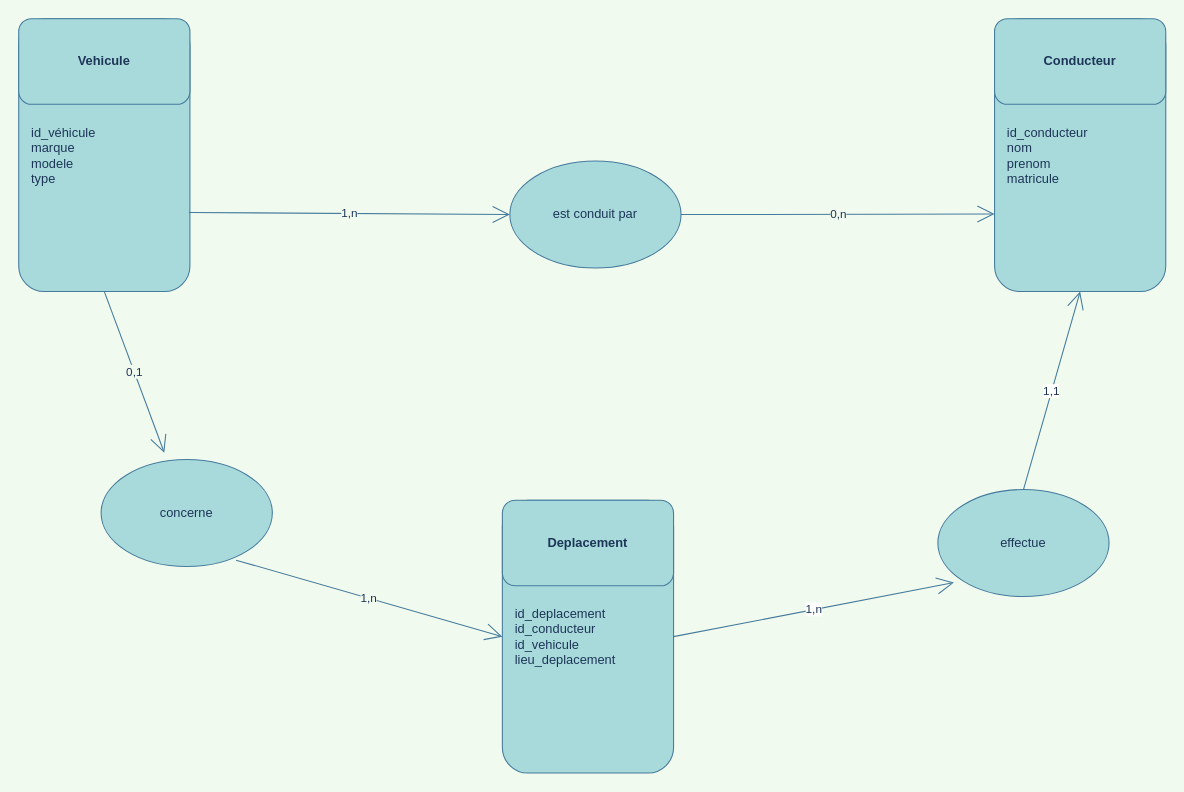
This is Diagramme sans nom.drawio from Cooltor/SQL, a draw.io file, before an edit. Source tidied: cells renumbered, new cells numbered last; positions are measured from the earlier drawing's top-left corner, leaving out a move shared by most shapes. Both pictures are drawn from the tidied source at 107%, with x=0, y=0 at pixel (18, 18).
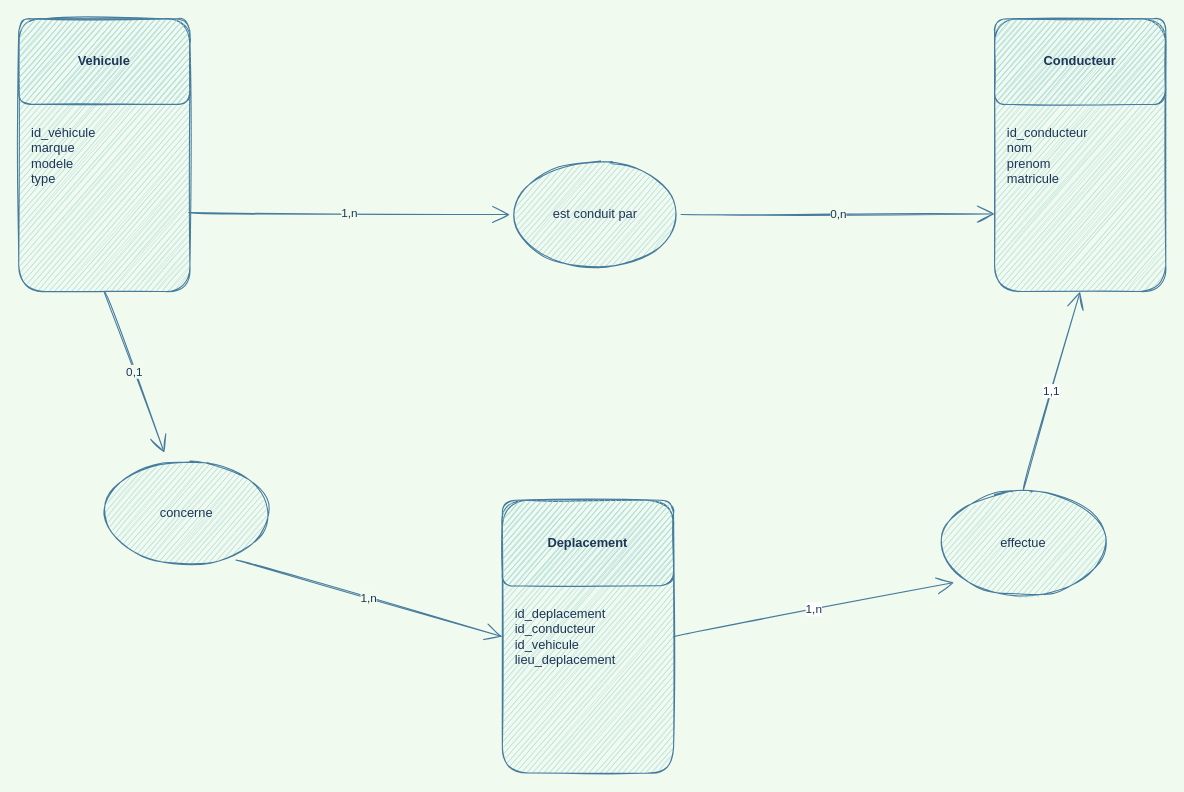
Above is the later version.

Commit message:
Mettre à jour Diagramme sans nom.drawio

The edit, as a diff of the source:
```diff
@@
 <mxGraphModel background="#F1FAEE">
   <root>
     <mxCell id="0" />
     <mxCell id="1" parent="0" />
-    <mxCell id="2" value="&lt;div style=&quot;&quot;&gt;&lt;span style=&quot;background-color: initial;&quot;&gt;id_véhicule&lt;/span&gt;&lt;/div&gt;&lt;div style=&quot;&quot;&gt;&lt;span style=&quot;background-color: initial;&quot;&gt;marque&lt;/span&gt;&lt;/div&gt;&lt;div style=&quot;&quot;&gt;&lt;span style=&quot;background-color: initial;&quot;&gt;modele&lt;/span&gt;&lt;/div&gt;&lt;div style=&quot;&quot;&gt;&lt;span style=&quot;background-color: initial;&quot;&gt;type&lt;/span&gt;&lt;/div&gt;" style="rounded=1;whiteSpace=wrap;html=1;hachureGap=4;fillColor=#A8DADC;strokeColor=#457B9D;fontColor=#1D3557;align=left;spacingLeft=10;" parent="1" vertex="1">
+    <mxCell id="2" value="&lt;div style=&quot;&quot;&gt;&lt;span style=&quot;background-color: initial;&quot;&gt;id_véhicule&lt;/span&gt;&lt;/div&gt;&lt;div style=&quot;&quot;&gt;&lt;span style=&quot;background-color: initial;&quot;&gt;marque&lt;/span&gt;&lt;/div&gt;&lt;div style=&quot;&quot;&gt;&lt;span style=&quot;background-color: initial;&quot;&gt;modele&lt;/span&gt;&lt;/div&gt;&lt;div style=&quot;&quot;&gt;&lt;span style=&quot;background-color: initial;&quot;&gt;type&lt;/span&gt;&lt;/div&gt;" style="rounded=1;whiteSpace=wrap;html=1;hachureGap=4;fillColor=#A8DADC;strokeColor=#457B9D;fontColor=#1D3557;align=left;spacingLeft=10;sketch=1;" parent="1" vertex="1">
       <mxGeometry width="160" height="255" as="geometry" />
     </mxCell>
-    <mxCell id="3" value="Vehicule" style="rounded=1;whiteSpace=wrap;html=1;hachureGap=4;fillColor=#A8DADC;strokeColor=#457B9D;fontColor=#1D3557;fontStyle=1;" parent="1" vertex="1">
+    <mxCell id="3" value="Vehicule" style="rounded=1;whiteSpace=wrap;html=1;hachureGap=4;fillColor=#A8DADC;strokeColor=#457B9D;fontColor=#1D3557;fontStyle=1;sketch=1;" parent="1" vertex="1">
       <mxGeometry width="160" height="80" as="geometry" />
     </mxCell>
-    <mxCell id="4" value="&lt;div style=&quot;&quot;&gt;&lt;span style=&quot;background-color: initial;&quot;&gt;id_conducteur&lt;/span&gt;&lt;/div&gt;&lt;div style=&quot;&quot;&gt;&lt;span style=&quot;background-color: initial;&quot;&gt;nom&lt;/span&gt;&lt;/div&gt;&lt;div style=&quot;&quot;&gt;&lt;span style=&quot;background-color: initial;&quot;&gt;prenom&lt;/span&gt;&lt;/div&gt;&lt;div style=&quot;&quot;&gt;&lt;span style=&quot;background-color: initial;&quot;&gt;matricule&lt;/span&gt;&lt;/div&gt;" style="rounded=1;whiteSpace=wrap;html=1;hachureGap=4;fillColor=#A8DADC;strokeColor=#457B9D;fontColor=#1D3557;align=left;spacingLeft=10;" parent="1" vertex="1">
+    <mxCell id="4" value="&lt;div style=&quot;&quot;&gt;&lt;span style=&quot;background-color: initial;&quot;&gt;id_conducteur&lt;/span&gt;&lt;/div&gt;&lt;div style=&quot;&quot;&gt;&lt;span style=&quot;background-color: initial;&quot;&gt;nom&lt;/span&gt;&lt;/div&gt;&lt;div style=&quot;&quot;&gt;&lt;span style=&quot;background-color: initial;&quot;&gt;prenom&lt;/span&gt;&lt;/div&gt;&lt;div style=&quot;&quot;&gt;&lt;span style=&quot;background-color: initial;&quot;&gt;matricule&lt;/span&gt;&lt;/div&gt;" style="rounded=1;whiteSpace=wrap;html=1;hachureGap=4;fillColor=#A8DADC;strokeColor=#457B9D;fontColor=#1D3557;align=left;spacingLeft=10;sketch=1;" parent="1" vertex="1">
       <mxGeometry x="912" width="160" height="255" as="geometry" />
     </mxCell>
-    <mxCell id="5" value="&lt;b&gt;Conducteur&lt;/b&gt;" style="rounded=1;whiteSpace=wrap;html=1;hachureGap=4;fillColor=#A8DADC;strokeColor=#457B9D;fontColor=#1D3557;" parent="1" vertex="1">
+    <mxCell id="5" value="&lt;b&gt;Conducteur&lt;/b&gt;" style="rounded=1;whiteSpace=wrap;html=1;hachureGap=4;fillColor=#A8DADC;strokeColor=#457B9D;fontColor=#1D3557;sketch=1;gradientColor=none;glass=0;" parent="1" vertex="1">
       <mxGeometry x="912" width="160" height="80" as="geometry" />
     </mxCell>
-    <mxCell id="6" value="id_deplacement&lt;br&gt;id_conducteur&lt;br&gt;id_vehicule&lt;br&gt;lieu_deplacement" style="rounded=1;whiteSpace=wrap;html=1;hachureGap=4;fillColor=#A8DADC;strokeColor=#457B9D;fontColor=#1D3557;align=left;spacingLeft=10;" parent="1" vertex="1">
+    <mxCell id="6" value="id_deplacement&lt;br&gt;id_conducteur&lt;br&gt;id_vehicule&lt;br&gt;lieu_deplacement" style="rounded=1;whiteSpace=wrap;html=1;hachureGap=4;fillColor=#A8DADC;strokeColor=#457B9D;fontColor=#1D3557;align=left;spacingLeft=10;sketch=1;" parent="1" vertex="1">
       <mxGeometry x="452" y="450" width="160" height="255" as="geometry" />
     </mxCell>
-    <mxCell id="7" value="&lt;b&gt;Deplacement&lt;/b&gt;" style="rounded=1;whiteSpace=wrap;html=1;hachureGap=4;fillColor=#A8DADC;strokeColor=#457B9D;fontColor=#1D3557;" parent="1" vertex="1">
+    <mxCell id="7" value="&lt;b&gt;Deplacement&lt;/b&gt;" style="rounded=1;whiteSpace=wrap;html=1;hachureGap=4;fillColor=#A8DADC;strokeColor=#457B9D;fontColor=#1D3557;sketch=1;" parent="1" vertex="1">
       <mxGeometry x="452" y="450" width="160" height="80" as="geometry" />
     </mxCell>
-    <mxCell id="8" value="est conduit par" style="ellipse;whiteSpace=wrap;html=1;hachureGap=4;strokeColor=#457B9D;fontColor=#1D3557;fillColor=#A8DADC;rounded=1;" parent="1" vertex="1">
+    <mxCell id="8" value="est conduit par" style="ellipse;whiteSpace=wrap;html=1;hachureGap=4;strokeColor=#457B9D;fontColor=#1D3557;fillColor=#A8DADC;rounded=1;sketch=1;" parent="1" vertex="1">
       <mxGeometry x="459" y="133" width="160" height="100" as="geometry" />
     </mxCell>
-    <mxCell id="9" value="1,n" style="edgeStyle=none;jettySize=auto;html=1;rounded=1;strokeColor=#457B9D;fontColor=#1D3557;endArrow=open;startSize=14;endSize=14;sourcePerimeterSpacing=8;targetPerimeterSpacing=8;fillColor=#A8DADC;curved=1;entryX=0;entryY=0.5;entryDx=0;entryDy=0;exitX=0.994;exitY=0.71;exitDx=0;exitDy=0;exitPerimeter=0;labelBackgroundColor=#F1FAEE;" parent="1" edge="1" source="2" target="8">
+    <mxCell id="9" value="1,n" style="edgeStyle=none;jettySize=auto;html=1;rounded=1;strokeColor=#457B9D;fontColor=#1D3557;endArrow=open;startSize=14;endSize=14;sourcePerimeterSpacing=8;targetPerimeterSpacing=8;fillColor=#A8DADC;curved=1;entryX=0;entryY=0.5;entryDx=0;entryDy=0;exitX=0.994;exitY=0.71;exitDx=0;exitDy=0;exitPerimeter=0;labelBackgroundColor=#F1FAEE;sketch=1;" parent="1" edge="1" source="2" target="8">
       <mxGeometry relative="1" as="geometry" />
     </mxCell>
-    <mxCell id="10" value="0,n" style="edgeStyle=none;jettySize=auto;html=1;rounded=1;strokeColor=#457B9D;fontColor=#1D3557;endArrow=open;startSize=14;endSize=14;sourcePerimeterSpacing=8;targetPerimeterSpacing=8;fillColor=#A8DADC;curved=1;entryX=0;entryY=0.716;entryDx=0;entryDy=0;entryPerimeter=0;exitX=1;exitY=0.5;exitDx=0;exitDy=0;labelBackgroundColor=#F1FAEE;" parent="1" edge="1" source="8" target="4">
+    <mxCell id="10" value="0,n" style="edgeStyle=none;jettySize=auto;html=1;rounded=1;strokeColor=#457B9D;fontColor=#1D3557;endArrow=open;startSize=14;endSize=14;sourcePerimeterSpacing=8;targetPerimeterSpacing=8;fillColor=#A8DADC;curved=1;entryX=0;entryY=0.716;entryDx=0;entryDy=0;entryPerimeter=0;exitX=1;exitY=0.5;exitDx=0;exitDy=0;labelBackgroundColor=#F1FAEE;sketch=1;" parent="1" edge="1" source="8" target="4">
       <mxGeometry relative="1" as="geometry">
         <Array as="points">
           <mxPoint x="773" y="182.5" />
         </Array>
       </mxGeometry>
     </mxCell>
-    <mxCell id="11" value="0,1" style="edgeStyle=none;jettySize=auto;html=1;rounded=1;strokeColor=#457B9D;fontColor=#1D3557;endArrow=open;startSize=14;endSize=14;sourcePerimeterSpacing=8;targetPerimeterSpacing=8;fillColor=#A8DADC;curved=1;exitX=0.5;exitY=1;exitDx=0;exitDy=0;labelBackgroundColor=#F1FAEE;" parent="1" edge="1" source="2" target="12">
+    <mxCell id="11" value="0,1" style="edgeStyle=none;jettySize=auto;html=1;rounded=1;strokeColor=#457B9D;fontColor=#1D3557;endArrow=open;startSize=14;endSize=14;sourcePerimeterSpacing=8;targetPerimeterSpacing=8;fillColor=#A8DADC;curved=1;exitX=0.5;exitY=1;exitDx=0;exitDy=0;labelBackgroundColor=#F1FAEE;sketch=1;" parent="1" edge="1" source="2" target="12">
       <mxGeometry relative="1" as="geometry" />
     </mxCell>
-    <mxCell id="12" value="concerne" style="ellipse;whiteSpace=wrap;html=1;hachureGap=4;strokeColor=#457B9D;fontColor=#1D3557;fillColor=#A8DADC;rounded=1;" parent="1" vertex="1">
+    <mxCell id="12" value="concerne" style="ellipse;whiteSpace=wrap;html=1;hachureGap=4;strokeColor=#457B9D;fontColor=#1D3557;fillColor=#A8DADC;rounded=1;sketch=1;" parent="1" vertex="1">
       <mxGeometry x="77" y="412" width="160" height="100" as="geometry" />
     </mxCell>
-    <mxCell id="13" value="1,n" style="edgeStyle=none;jettySize=auto;html=1;rounded=1;strokeColor=#457B9D;fontColor=#1D3557;endArrow=open;startSize=14;endSize=14;sourcePerimeterSpacing=8;targetPerimeterSpacing=8;fillColor=#A8DADC;curved=1;exitX=0.788;exitY=0.94;exitDx=0;exitDy=0;exitPerimeter=0;entryX=0;entryY=0.5;entryDx=0;entryDy=0;labelBackgroundColor=#F1FAEE;" parent="1" edge="1" source="12" target="6">
+    <mxCell id="13" value="1,n" style="edgeStyle=none;jettySize=auto;html=1;rounded=1;strokeColor=#457B9D;fontColor=#1D3557;endArrow=open;startSize=14;endSize=14;sourcePerimeterSpacing=8;targetPerimeterSpacing=8;fillColor=#A8DADC;curved=1;exitX=0.788;exitY=0.94;exitDx=0;exitDy=0;exitPerimeter=0;entryX=0;entryY=0.5;entryDx=0;entryDy=0;labelBackgroundColor=#F1FAEE;sketch=1;" parent="1" edge="1" source="12" target="6">
       <mxGeometry relative="1" as="geometry" />
     </mxCell>
-    <mxCell id="14" value="effectue" style="ellipse;whiteSpace=wrap;html=1;rounded=1;hachureGap=4;fillColor=#A8DADC;strokeColor=#457B9D;fontColor=#1D3557;" parent="1" vertex="1">
+    <mxCell id="14" value="effectue" style="ellipse;whiteSpace=wrap;html=1;rounded=1;hachureGap=4;fillColor=#A8DADC;strokeColor=#457B9D;fontColor=#1D3557;sketch=1;" parent="1" vertex="1">
       <mxGeometry x="859" y="440" width="160" height="100" as="geometry" />
     </mxCell>
-    <mxCell id="15" value="1,1" style="edgeStyle=none;jettySize=auto;html=1;rounded=0;strokeColor=#457B9D;fontColor=#1D3557;endArrow=open;startSize=14;endSize=14;sourcePerimeterSpacing=8;targetPerimeterSpacing=8;fillColor=#A8DADC;curved=1;exitX=0.5;exitY=0;exitDx=0;exitDy=0;entryX=0.5;entryY=1;entryDx=0;entryDy=0;" parent="1" edge="1" source="14" target="4">
+    <mxCell id="15" value="1,1" style="edgeStyle=none;jettySize=auto;html=1;rounded=0;strokeColor=#457B9D;fontColor=#1D3557;endArrow=open;startSize=14;endSize=14;sourcePerimeterSpacing=8;targetPerimeterSpacing=8;fillColor=#A8DADC;curved=1;exitX=0.5;exitY=0;exitDx=0;exitDy=0;entryX=0.5;entryY=1;entryDx=0;entryDy=0;sketch=1;" parent="1" edge="1" source="14" target="4">
       <mxGeometry relative="1" as="geometry" />
     </mxCell>
-    <mxCell id="16" value="1,n" style="edgeStyle=none;jettySize=auto;html=1;rounded=0;strokeColor=#457B9D;fontColor=#1D3557;endArrow=open;startSize=14;endSize=14;sourcePerimeterSpacing=8;targetPerimeterSpacing=8;fillColor=#A8DADC;curved=1;exitX=1;exitY=0.5;exitDx=0;exitDy=0;entryX=0.094;entryY=0.87;entryDx=0;entryDy=0;entryPerimeter=0;" parent="1" edge="1" source="6" target="14">
+    <mxCell id="16" value="1,n" style="edgeStyle=none;jettySize=auto;html=1;rounded=0;strokeColor=#457B9D;fontColor=#1D3557;endArrow=open;startSize=14;endSize=14;sourcePerimeterSpacing=8;targetPerimeterSpacing=8;fillColor=#A8DADC;curved=1;exitX=1;exitY=0.5;exitDx=0;exitDy=0;entryX=0.094;entryY=0.87;entryDx=0;entryDy=0;entryPerimeter=0;sketch=1;" parent="1" edge="1" source="6" target="14">
       <mxGeometry relative="1" as="geometry" />
     </mxCell>
   </root>
 </mxGraphModel>
```
